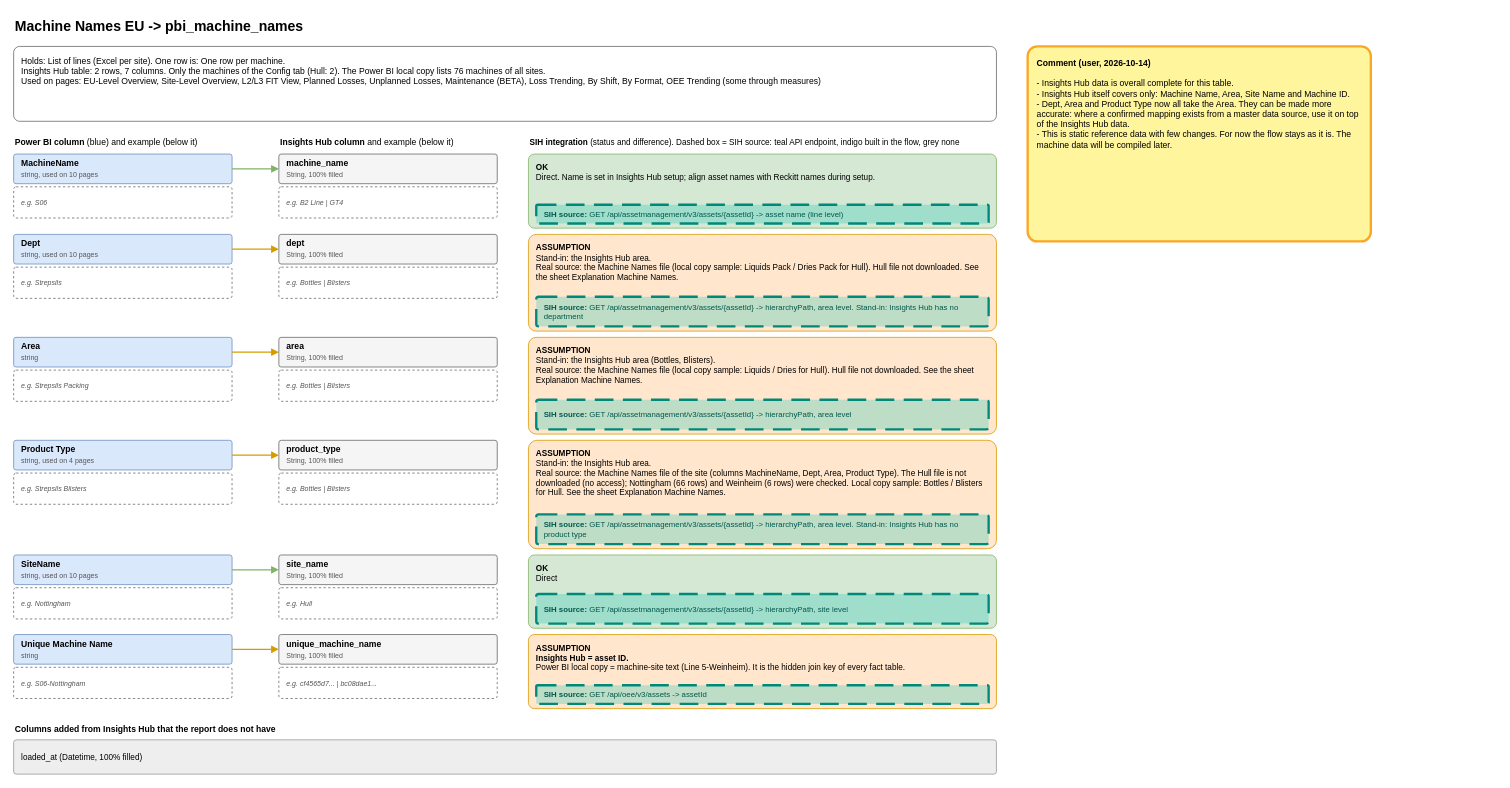
Earlier version of the draw.io diagram page "1 Machine Names EU" (2 of 19) of diagrams/powerbi-data-map.drawio (AbiyyuMufti/SIH-IBMX-R). Source tidied: cells renumbered, new cells numbered last; positions are measured from the earlier drawing's top-left corner, leaving out a move shared by most shapes. Both pictures are drawn from the tidied source at 78%, with x=0, y=0 at pixel (13, 13).
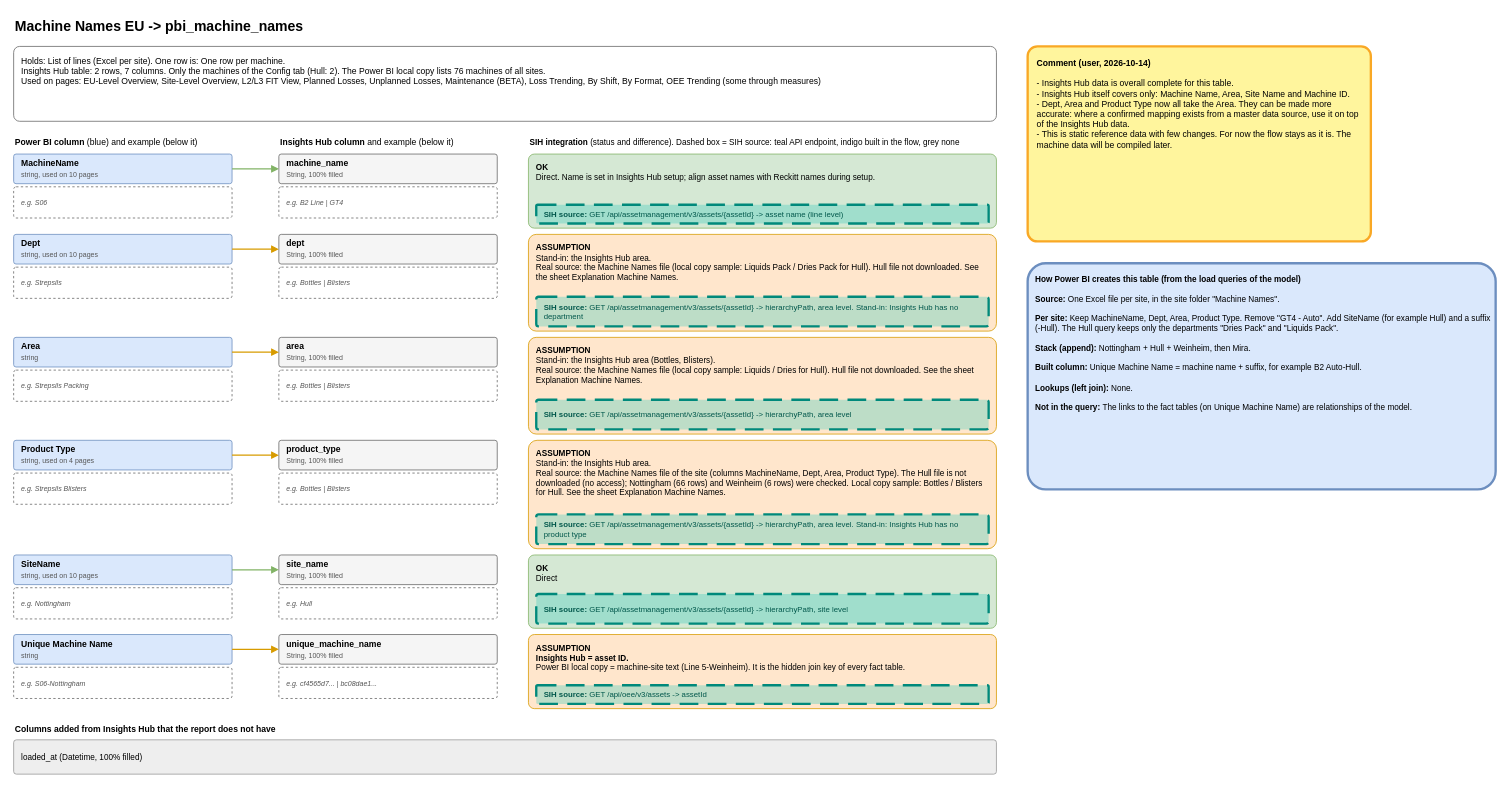
After the change.

Commit message (it also covers changes not shown here):
Diagram: how Power BI creates each of the 6 tables; merge helper for new cells

Diff of the diagram source:
```diff
@@
+    <mxCell id="52" value="&lt;b&gt;How Power BI creates this table (from the load queries of the model)&lt;/b&gt;&lt;br&gt;&lt;br&gt;&lt;b&gt;Source: &lt;/b&gt;One Excel file per site, in the site folder &amp;quot;Machine Names&amp;quot;.&lt;br&gt;&lt;br&gt;&lt;b&gt;Per site: &lt;/b&gt;Keep MachineName, Dept, Area, Product Type. Remove &amp;quot;GT4 - Auto&amp;quot;. Add SiteName (for example Hull) and a suffix (-Hull). The Hull query keeps only the departments &amp;quot;Dries Pack&amp;quot; and &amp;quot;Liquids Pack&amp;quot;.&lt;br&gt;&lt;br&gt;&lt;b&gt;Stack (append): &lt;/b&gt;Nottingham + Hull + Weinheim, then Mira.&lt;br&gt;&lt;br&gt;&lt;b&gt;Built column: &lt;/b&gt;Unique Machine Name = machine name + suffix, for example B2 Auto-Hull.&lt;br&gt;&lt;br&gt;&lt;b&gt;Lookups (left join): &lt;/b&gt;None.&lt;br&gt;&lt;br&gt;&lt;b&gt;Not in the query: &lt;/b&gt;The links to the fact tables (on Unique Machine Name) are relationships of the model." style="rounded=1;whiteSpace=wrap;html=1;align=left;verticalAlign=middle;spacingLeft=8;spacingRight=6;spacingTop=2;spacingBottom=2;fontSize=11;arcSize=8;fillColor=#dae8fc;strokeColor=#6c8ebf;verticalAlign=top;spacingTop=8;fontSize=10.5;strokeWidth=3;" parent="1" vertex="1">
+      <mxGeometry x="1300" y="320" width="600" height="290" as="geometry" />
+    </mxCell>
```
